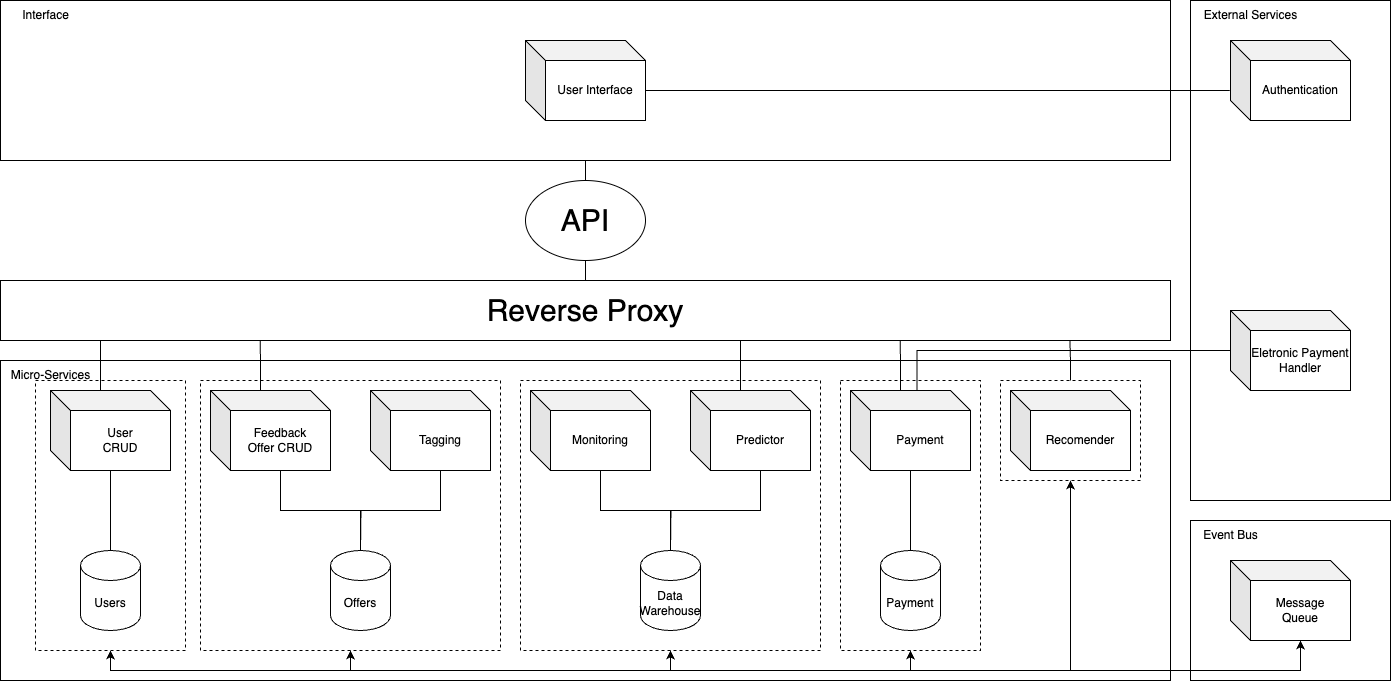
Earlier version of the draw.io export static/img/architecture.png (PI-Trailblazer/microsite). Source tidied: cells renumbered, new cells last; positions are measured from the earlier drawing's top-left corner, leaving out a move shared by most shapes.
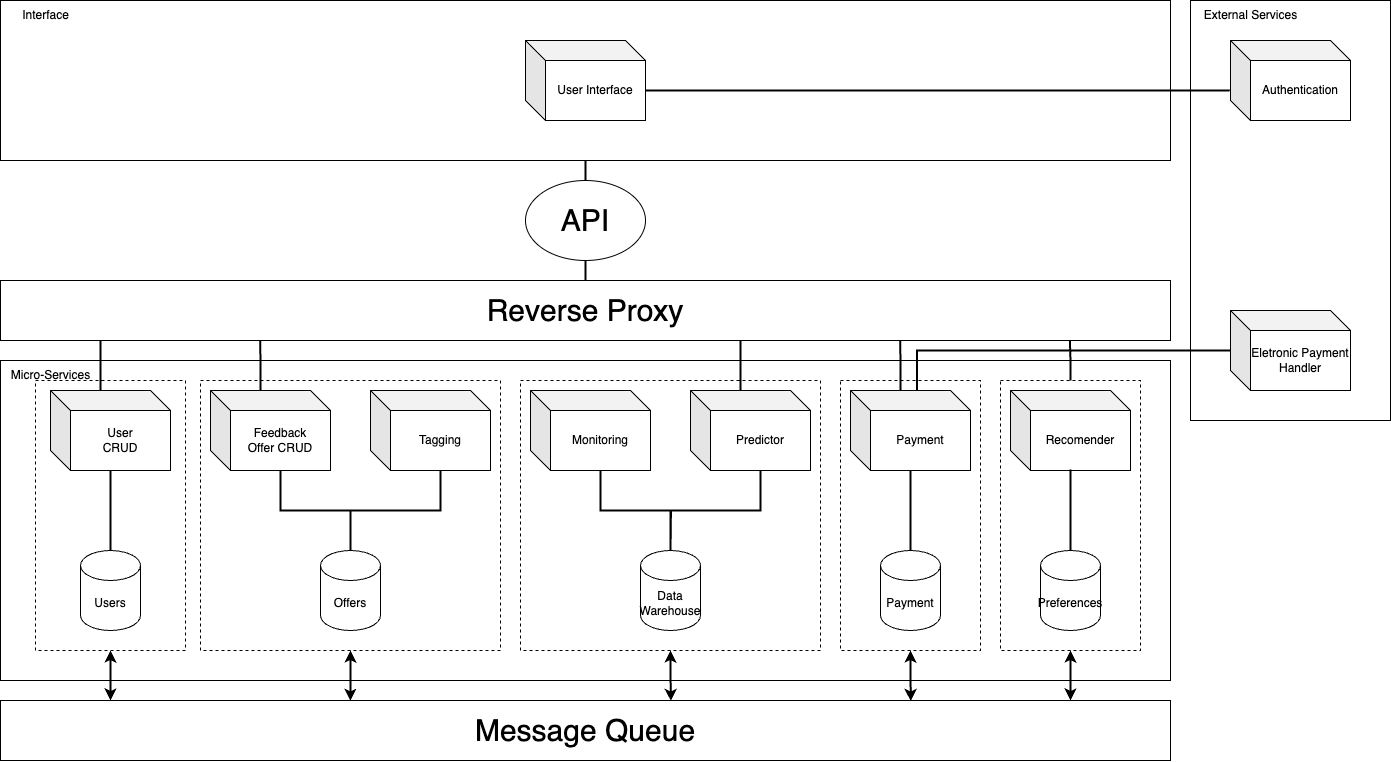
The same file after the commit.

What changed in the source:
```diff
@@ -9,7 +9,7 @@
       <mxGeometry x="35" y="380" width="150" height="270" as="geometry" />
     </mxCell>
     <mxCell id="4" style="rounded=0;whiteSpace=wrap;html=1;dashed=1;" parent="1" vertex="1">
-      <mxGeometry x="1000" y="380" width="140" height="100" as="geometry" />
+      <mxGeometry x="1000" y="380" width="140" height="270" as="geometry" />
     </mxCell>
     <mxCell id="5" style="rounded=0;whiteSpace=wrap;html=1;dashed=1;" parent="1" vertex="1">
       <mxGeometry x="840" y="380" width="140" height="270" as="geometry" />
@@ -20,16 +20,13 @@
     <mxCell id="7" style="rounded=0;whiteSpace=wrap;html=1;dashed=1;" parent="1" vertex="1">
       <mxGeometry x="200" y="380" width="300" height="270" as="geometry" />
     </mxCell>
-    <mxCell id="8" style="rounded=0;whiteSpace=wrap;html=1;" parent="1" vertex="1">
-      <mxGeometry x="1190" y="520" width="200" height="160" as="geometry" />
-    </mxCell>
     <mxCell id="9" style="rounded=0;whiteSpace=wrap;html=1;" parent="1" vertex="1">
-      <mxGeometry x="1190" width="200" height="500" as="geometry" />
+      <mxGeometry x="1190" width="200" height="420" as="geometry" />
     </mxCell>
     <mxCell id="10" style="rounded=0;whiteSpace=wrap;html=1;align=left;" parent="1" vertex="1">
       <mxGeometry width="1170" height="160" as="geometry" />
     </mxCell>
-    <mxCell id="11" style="edgeStyle=orthogonalEdgeStyle;rounded=0;jettySize=auto;html=1;exitX=0.5;exitY=0;exitDx=0;exitDy=0;exitPerimeter=0;endArrow=none;endFill=0;" parent="1" edge="1" source="12" target="17">
+    <mxCell id="11" style="edgeStyle=orthogonalEdgeStyle;rounded=0;jettySize=auto;html=1;exitX=0.5;exitY=0;exitDx=0;exitDy=0;exitPerimeter=0;endArrow=none;endFill=0;strokeWidth=2;" parent="1" edge="1" source="12" target="17">
       <mxGeometry relative="1" as="geometry" />
     </mxCell>
     <mxCell id="12" value="Users" style="shape=cylinder3;whiteSpace=wrap;html=1;boundedLbl=1;backgroundOutline=1;size=15;" parent="1" vertex="1">
@@ -38,7 +35,7 @@
     <mxCell id="13" value="Recomender" style="shape=cube;whiteSpace=wrap;html=1;boundedLbl=1;backgroundOutline=1;darkOpacity=0.05;darkOpacity2=0.1;" parent="1" vertex="1">
       <mxGeometry x="1010" y="390" width="120" height="80" as="geometry" />
     </mxCell>
-    <mxCell id="14" style="edgeStyle=orthogonalEdgeStyle;rounded=0;jettySize=auto;html=1;exitX=0;exitY=0;exitDx=70;exitDy=80;exitPerimeter=0;endArrow=none;endFill=0;" parent="1" edge="1" source="15">
+    <mxCell id="14" style="edgeStyle=orthogonalEdgeStyle;rounded=0;jettySize=auto;html=1;exitX=0;exitY=0;exitDx=70;exitDy=80;exitPerimeter=0;endArrow=none;endFill=0;strokeWidth=2;" parent="1" edge="1" source="15">
       <mxGeometry relative="1" as="geometry">
         <mxPoint x="670" y="550" as="targetPoint" />
       </mxGeometry>
@@ -55,15 +52,13 @@
     <mxCell id="18" value="Feedback&lt;br&gt;Offer CRUD" style="shape=cube;whiteSpace=wrap;html=1;boundedLbl=1;backgroundOutline=1;darkOpacity=0.05;darkOpacity2=0.1;" parent="1" vertex="1">
       <mxGeometry x="210" y="390" width="120" height="80" as="geometry" />
     </mxCell>
-    <mxCell id="19" style="edgeStyle=orthogonalEdgeStyle;rounded=0;jettySize=auto;html=1;exitX=0;exitY=0;exitDx=70;exitDy=80;exitPerimeter=0;endArrow=none;endFill=0;" parent="1" edge="1" source="20">
-      <mxGeometry relative="1" as="geometry">
-        <mxPoint x="360" y="550" as="targetPoint" />
-      </mxGeometry>
+    <mxCell id="19" style="edgeStyle=orthogonalEdgeStyle;rounded=0;jettySize=auto;html=1;exitX=0;exitY=0;exitDx=70;exitDy=80;exitPerimeter=0;endArrow=none;endFill=0;entryX=0.5;entryY=0;entryDx=0;entryDy=0;entryPerimeter=0;strokeWidth=2;" parent="1" edge="1" source="20" target="24">
+      <mxGeometry relative="1" as="geometry" />
     </mxCell>
     <mxCell id="20" value="Tagging" style="shape=cube;whiteSpace=wrap;html=1;boundedLbl=1;backgroundOutline=1;darkOpacity=0.05;darkOpacity2=0.1;" parent="1" vertex="1">
       <mxGeometry x="370" y="390" width="120" height="80" as="geometry" />
     </mxCell>
-    <mxCell id="21" style="edgeStyle=orthogonalEdgeStyle;rounded=0;jettySize=auto;html=1;exitX=0.5;exitY=0;exitDx=0;exitDy=0;entryX=0.5;entryY=1;entryDx=0;entryDy=0;endArrow=none;endFill=0;" parent="1" edge="1" source="22" target="10">
+    <mxCell id="21" style="edgeStyle=orthogonalEdgeStyle;rounded=0;jettySize=auto;html=1;exitX=0.5;exitY=0;exitDx=0;exitDy=0;entryX=0.5;entryY=1;entryDx=0;entryDy=0;endArrow=none;endFill=0;strokeWidth=2;" parent="1" edge="1" source="22" target="10">
       <mxGeometry relative="1" as="geometry" />
     </mxCell>
     <mxCell id="22" value="&lt;font style=&quot;font-size: 30px;&quot;&gt;API&lt;/font&gt;" style="ellipse;whiteSpace=wrap;html=1;" parent="1" vertex="1">
@@ -73,7 +68,7 @@
       <mxGeometry x="525" y="40" width="120" height="80" as="geometry" />
     </mxCell>
     <mxCell id="24" value="Offers" style="shape=cylinder3;whiteSpace=wrap;html=1;boundedLbl=1;backgroundOutline=1;size=15;" parent="1" vertex="1">
-      <mxGeometry x="330" y="550" width="60" height="80" as="geometry" />
+      <mxGeometry x="320" y="550" width="60" height="80" as="geometry" />
     </mxCell>
     <mxCell id="25" value="Payment" style="shape=cylinder3;whiteSpace=wrap;html=1;boundedLbl=1;backgroundOutline=1;size=15;" parent="1" vertex="1">
       <mxGeometry x="880" y="550" width="60" height="80" as="geometry" />
@@ -90,53 +85,7 @@
     <mxCell id="29" value="Eletronic Payment Handler" style="shape=cube;whiteSpace=wrap;html=1;boundedLbl=1;backgroundOutline=1;darkOpacity=0.05;darkOpacity2=0.1;" parent="1" vertex="1">
       <mxGeometry x="1230" y="310" width="120" height="80" as="geometry" />
     </mxCell>
-    <mxCell id="30" style="edgeStyle=orthogonalEdgeStyle;rounded=0;jettySize=auto;html=1;exitX=0;exitY=0;exitDx=70;exitDy=80;exitPerimeter=0;entryX=0.5;entryY=1;entryDx=0;entryDy=0;endArrow=classic;endFill=1;startArrow=classic;startFill=1;" parent="1" edge="1" source="35" target="4">
-      <mxGeometry relative="1" as="geometry">
-        <Array as="points">
-          <mxPoint x="1300" y="670" />
-          <mxPoint x="1070" y="670" />
-        </Array>
-      </mxGeometry>
-    </mxCell>
-    <mxCell id="31" style="edgeStyle=orthogonalEdgeStyle;rounded=0;jettySize=auto;html=1;exitX=0;exitY=0;exitDx=70;exitDy=80;exitPerimeter=0;entryX=0.5;entryY=1;entryDx=0;entryDy=0;" parent="1" edge="1" source="35" target="5">
-      <mxGeometry relative="1" as="geometry">
-        <Array as="points">
-          <mxPoint x="1300" y="670" />
-          <mxPoint x="910" y="670" />
-        </Array>
-      </mxGeometry>
-    </mxCell>
-    <mxCell id="32" style="edgeStyle=orthogonalEdgeStyle;rounded=0;jettySize=auto;html=1;exitX=0;exitY=0;exitDx=70;exitDy=80;exitPerimeter=0;entryX=0.5;entryY=1;entryDx=0;entryDy=0;" parent="1" edge="1" source="35" target="6">
-      <mxGeometry relative="1" as="geometry">
-        <Array as="points">
-          <mxPoint x="1300" y="670" />
-          <mxPoint x="670" y="670" />
-        </Array>
-      </mxGeometry>
-    </mxCell>
-    <mxCell id="33" style="edgeStyle=orthogonalEdgeStyle;rounded=0;jettySize=auto;html=1;exitX=0;exitY=0;exitDx=70;exitDy=80;exitPerimeter=0;entryX=0.5;entryY=1;entryDx=0;entryDy=0;" parent="1" edge="1" source="35" target="7">
-      <mxGeometry relative="1" as="geometry">
-        <Array as="points">
-          <mxPoint x="1300" y="670" />
-          <mxPoint x="350" y="670" />
-        </Array>
-      </mxGeometry>
-    </mxCell>
-    <mxCell id="34" style="edgeStyle=orthogonalEdgeStyle;rounded=0;jettySize=auto;html=1;exitX=0;exitY=0;exitDx=70;exitDy=80;exitPerimeter=0;entryX=0.5;entryY=1;entryDx=0;entryDy=0;" parent="1" edge="1" source="35" target="3">
-      <mxGeometry relative="1" as="geometry">
-        <Array as="points">
-          <mxPoint x="1300" y="670" />
-          <mxPoint x="110" y="670" />
-        </Array>
-      </mxGeometry>
-    </mxCell>
-    <mxCell id="35" value="Message&lt;br&gt;Queue" style="shape=cube;whiteSpace=wrap;html=1;boundedLbl=1;backgroundOutline=1;darkOpacity=0.05;darkOpacity2=0.1;" parent="1" vertex="1">
-      <mxGeometry x="1230" y="560" width="120" height="80" as="geometry" />
-    </mxCell>
-    <mxCell id="36" value="Event Bus" style="text;html=1;align=center;verticalAlign=middle;strokeColor=none;fillColor=none;" parent="1" vertex="1">
-      <mxGeometry x="1190" y="520" width="80" height="30" as="geometry" />
-    </mxCell>
-    <mxCell id="37" style="edgeStyle=orthogonalEdgeStyle;rounded=0;jettySize=auto;html=1;exitX=0.5;exitY=0;exitDx=0;exitDy=0;entryX=0.5;entryY=1;entryDx=0;entryDy=0;endArrow=none;endFill=0;" parent="1" edge="1" source="38" target="22">
+    <mxCell id="37" style="edgeStyle=orthogonalEdgeStyle;rounded=0;jettySize=auto;html=1;exitX=0.5;exitY=0;exitDx=0;exitDy=0;entryX=0.5;entryY=1;entryDx=0;entryDy=0;endArrow=none;endFill=0;strokeWidth=2;" parent="1" edge="1" source="38" target="22">
       <mxGeometry relative="1" as="geometry" />
     </mxCell>
     <mxCell id="38" value="&lt;font style=&quot;font-size: 30px;&quot;&gt;Reverse Proxy&lt;/font&gt;" style="rounded=0;whiteSpace=wrap;html=1;align=center;" parent="1" vertex="1">
@@ -145,50 +94,79 @@
     <mxCell id="39" value="Data&lt;br&gt;Warehouse" style="shape=cylinder3;whiteSpace=wrap;html=1;boundedLbl=1;backgroundOutline=1;size=15;" parent="1" vertex="1">
       <mxGeometry x="640" y="550" width="60" height="80" as="geometry" />
     </mxCell>
-    <mxCell id="40" style="edgeStyle=orthogonalEdgeStyle;rounded=0;jettySize=auto;html=1;exitX=0;exitY=0;exitDx=120;exitDy=50;exitPerimeter=0;entryX=-0.006;entryY=0.625;entryDx=0;entryDy=0;entryPerimeter=0;endArrow=none;endFill=0;" parent="1" edge="1" source="23" target="16">
+    <mxCell id="40" style="edgeStyle=orthogonalEdgeStyle;rounded=0;jettySize=auto;html=1;exitX=0;exitY=0;exitDx=120;exitDy=50;exitPerimeter=0;entryX=-0.006;entryY=0.625;entryDx=0;entryDy=0;entryPerimeter=0;endArrow=none;endFill=0;strokeWidth=2;" parent="1" edge="1" source="23" target="16">
       <mxGeometry relative="1" as="geometry" />
     </mxCell>
     <mxCell id="41" value="Payment" style="shape=cube;whiteSpace=wrap;html=1;boundedLbl=1;backgroundOutline=1;darkOpacity=0.05;darkOpacity2=0.1;" parent="1" vertex="1">
       <mxGeometry x="850" y="390" width="120" height="80" as="geometry" />
     </mxCell>
-    <mxCell id="42" style="edgeStyle=orthogonalEdgeStyle;rounded=0;jettySize=auto;html=1;exitX=0.5;exitY=0;exitDx=0;exitDy=0;exitPerimeter=0;entryX=0.5;entryY=1;entryDx=0;entryDy=0;entryPerimeter=0;endArrow=none;endFill=0;" parent="1" edge="1" source="25" target="41">
+    <mxCell id="42" style="edgeStyle=orthogonalEdgeStyle;rounded=0;jettySize=auto;html=1;exitX=0.5;exitY=0;exitDx=0;exitDy=0;exitPerimeter=0;entryX=0.5;entryY=1;entryDx=0;entryDy=0;entryPerimeter=0;endArrow=none;endFill=0;strokeWidth=2;" parent="1" edge="1" source="25" target="41">
       <mxGeometry relative="1" as="geometry" />
     </mxCell>
-    <mxCell id="43" style="edgeStyle=orthogonalEdgeStyle;rounded=0;jettySize=auto;html=1;exitX=0;exitY=0;exitDx=0;exitDy=30;exitPerimeter=0;entryX=0.555;entryY=0.001;entryDx=0;entryDy=0;entryPerimeter=0;endArrow=none;endFill=0;" parent="1" edge="1" source="29" target="41">
+    <mxCell id="43" style="edgeStyle=orthogonalEdgeStyle;rounded=0;jettySize=auto;html=1;entryX=0.555;entryY=0.001;entryDx=0;entryDy=0;entryPerimeter=0;endArrow=none;endFill=0;strokeWidth=2;" parent="1" edge="1" target="41">
       <mxGeometry relative="1" as="geometry">
+        <mxPoint x="1230" y="350" as="sourcePoint" />
         <Array as="points">
-          <mxPoint x="1080" y="350" />
-          <mxPoint x="757" y="350" />
+          <mxPoint x="1230" y="350" />
+          <mxPoint x="917" y="350" />
         </Array>
       </mxGeometry>
     </mxCell>
     <mxCell id="44" value="Predictor" style="shape=cube;whiteSpace=wrap;html=1;boundedLbl=1;backgroundOutline=1;darkOpacity=0.05;darkOpacity2=0.1;" parent="1" vertex="1">
       <mxGeometry x="690" y="390" width="120" height="80" as="geometry" />
     </mxCell>
-    <mxCell id="45" style="edgeStyle=orthogonalEdgeStyle;rounded=0;jettySize=auto;html=1;exitX=0;exitY=0;exitDx=50;exitDy=0;exitPerimeter=0;endArrow=none;endFill=0;" parent="1" edge="1" source="17">
+    <mxCell id="45" style="edgeStyle=orthogonalEdgeStyle;rounded=0;jettySize=auto;html=1;exitX=0;exitY=0;exitDx=50;exitDy=0;exitPerimeter=0;endArrow=none;endFill=0;strokeWidth=2;" parent="1" edge="1" source="17">
       <mxGeometry relative="1" as="geometry">
         <mxPoint x="100" y="340" as="targetPoint" />
       </mxGeometry>
     </mxCell>
-    <mxCell id="46" style="edgeStyle=orthogonalEdgeStyle;rounded=0;jettySize=auto;html=1;exitX=0;exitY=0;exitDx=50;exitDy=0;exitPerimeter=0;entryX=0.222;entryY=1.008;entryDx=0;entryDy=0;entryPerimeter=0;endArrow=none;endFill=0;" parent="1" edge="1" source="18" target="38">
+    <mxCell id="46" style="edgeStyle=orthogonalEdgeStyle;rounded=0;jettySize=auto;html=1;exitX=0;exitY=0;exitDx=50;exitDy=0;exitPerimeter=0;entryX=0.222;entryY=1.008;entryDx=0;entryDy=0;entryPerimeter=0;endArrow=none;endFill=0;strokeWidth=2;" parent="1" edge="1" source="18" target="38">
       <mxGeometry relative="1" as="geometry" />
     </mxCell>
-    <mxCell id="47" style="edgeStyle=orthogonalEdgeStyle;rounded=0;jettySize=auto;html=1;exitX=0;exitY=0;exitDx=50;exitDy=0;exitPerimeter=0;endArrow=none;endFill=0;" parent="1" edge="1" source="44">
+    <mxCell id="47" style="edgeStyle=orthogonalEdgeStyle;rounded=0;jettySize=auto;html=1;exitX=0;exitY=0;exitDx=50;exitDy=0;exitPerimeter=0;endArrow=none;endFill=0;strokeWidth=2;" parent="1" edge="1" source="44">
       <mxGeometry relative="1" as="geometry">
         <mxPoint x="740" y="340" as="targetPoint" />
       </mxGeometry>
     </mxCell>
-    <mxCell id="48" style="edgeStyle=orthogonalEdgeStyle;rounded=0;jettySize=auto;html=1;exitX=0;exitY=0;exitDx=50;exitDy=0;exitPerimeter=0;endArrow=none;endFill=0;entryX=0.769;entryY=1.004;entryDx=0;entryDy=0;entryPerimeter=0;" parent="1" edge="1" source="41" target="38">
+    <mxCell id="48" style="edgeStyle=orthogonalEdgeStyle;rounded=0;jettySize=auto;html=1;exitX=0;exitY=0;exitDx=50;exitDy=0;exitPerimeter=0;endArrow=none;endFill=0;entryX=0.769;entryY=1.004;entryDx=0;entryDy=0;entryPerimeter=0;strokeWidth=2;" parent="1" edge="1" source="41" target="38">
       <mxGeometry relative="1" as="geometry" />
     </mxCell>
-    <mxCell id="49" style="edgeStyle=orthogonalEdgeStyle;rounded=0;jettySize=auto;html=1;exitX=0.5;exitY=0;exitDx=0;exitDy=0;entryX=0.914;entryY=0.994;entryDx=0;entryDy=0;entryPerimeter=0;endArrow=none;endFill=0;" parent="1" edge="1" source="4" target="38">
+    <mxCell id="49" style="edgeStyle=orthogonalEdgeStyle;rounded=0;jettySize=auto;html=1;exitX=0.5;exitY=0;exitDx=0;exitDy=0;entryX=0.914;entryY=0.994;entryDx=0;entryDy=0;entryPerimeter=0;endArrow=none;endFill=0;strokeWidth=2;" parent="1" edge="1" source="4" target="38">
       <mxGeometry relative="1" as="geometry" />
     </mxCell>
-    <mxCell id="50" style="edgeStyle=orthogonalEdgeStyle;rounded=0;jettySize=auto;html=1;exitX=0;exitY=0;exitDx=70;exitDy=80;exitPerimeter=0;entryX=0.5;entryY=0;entryDx=0;entryDy=0;entryPerimeter=0;endArrow=none;endFill=0;" parent="1" edge="1" source="44" target="39">
+    <mxCell id="50" style="edgeStyle=orthogonalEdgeStyle;rounded=0;jettySize=auto;html=1;exitX=0;exitY=0;exitDx=70;exitDy=80;exitPerimeter=0;entryX=0.5;entryY=0;entryDx=0;entryDy=0;entryPerimeter=0;endArrow=none;endFill=0;strokeWidth=2;" parent="1" edge="1" source="44" target="39">
       <mxGeometry relative="1" as="geometry" />
     </mxCell>
-    <mxCell id="51" style="edgeStyle=orthogonalEdgeStyle;rounded=0;jettySize=auto;html=1;exitX=0;exitY=0;exitDx=70;exitDy=80;exitPerimeter=0;entryX=0.5;entryY=0;entryDx=0;entryDy=0;entryPerimeter=0;endArrow=none;endFill=0;" parent="1" edge="1" source="18" target="24">
+    <mxCell id="51" style="edgeStyle=orthogonalEdgeStyle;rounded=0;jettySize=auto;html=1;exitX=0;exitY=0;exitDx=70;exitDy=80;exitPerimeter=0;entryX=0.5;entryY=0;entryDx=0;entryDy=0;entryPerimeter=0;endArrow=none;endFill=0;strokeWidth=2;" parent="1" edge="1" source="18" target="24">
       <mxGeometry relative="1" as="geometry" />
     </mxCell>
+    <mxCell id="35" value="&lt;font style=&quot;font-size: 30px;&quot;&gt;Message&amp;nbsp;&lt;span style=&quot;background-color: initial;&quot;&gt;Queue&lt;/span&gt;&lt;/font&gt;" style="rounded=0;whiteSpace=wrap;html=1;align=center;" parent="1" vertex="1">
+      <mxGeometry y="700" width="1170" height="60" as="geometry" />
+    </mxCell>
+    <mxCell id="52" style="edgeStyle=orthogonalEdgeStyle;rounded=0;jettySize=auto;html=1;exitX=0.5;exitY=1;exitDx=0;exitDy=0;entryX=0.299;entryY=0.007;entryDx=0;entryDy=0;entryPerimeter=0;startArrow=classic;startFill=1;strokeWidth=2;" parent="1" edge="1" source="7" target="35">
+      <mxGeometry relative="1" as="geometry" />
+    </mxCell>
+    <mxCell id="53" style="edgeStyle=orthogonalEdgeStyle;rounded=0;jettySize=auto;html=1;exitX=0.5;exitY=1;exitDx=0;exitDy=0;startArrow=classic;startFill=1;strokeWidth=2;" parent="1" edge="1" source="3">
+      <mxGeometry relative="1" as="geometry">
+        <mxPoint x="110" y="700" as="targetPoint" />
+      </mxGeometry>
+    </mxCell>
+    <mxCell id="54" style="edgeStyle=orthogonalEdgeStyle;rounded=0;jettySize=auto;html=1;exitX=0.5;exitY=1;exitDx=0;exitDy=0;entryX=0.573;entryY=0.009;entryDx=0;entryDy=0;entryPerimeter=0;startArrow=classic;startFill=1;strokeWidth=2;" parent="1" edge="1" source="6" target="35">
+      <mxGeometry relative="1" as="geometry" />
+    </mxCell>
+    <mxCell id="55" style="edgeStyle=orthogonalEdgeStyle;rounded=0;jettySize=auto;html=1;exitX=0.5;exitY=1;exitDx=0;exitDy=0;entryX=0.778;entryY=0.009;entryDx=0;entryDy=0;entryPerimeter=0;startArrow=classic;startFill=1;strokeWidth=2;" parent="1" edge="1" source="5" target="35">
+      <mxGeometry relative="1" as="geometry" />
+    </mxCell>
+    <mxCell id="56" style="edgeStyle=orthogonalEdgeStyle;rounded=0;jettySize=auto;html=1;exitX=0.5;exitY=1;exitDx=0;exitDy=0;startArrow=classic;startFill=1;strokeWidth=2;" parent="1" edge="1" source="4">
+      <mxGeometry relative="1" as="geometry">
+        <mxPoint x="1070" y="700" as="targetPoint" />
+      </mxGeometry>
+    </mxCell>
+    <mxCell id="57" value="Preferences" style="shape=cylinder3;whiteSpace=wrap;html=1;boundedLbl=1;backgroundOutline=1;size=15;" parent="1" vertex="1">
+      <mxGeometry x="1040" y="550" width="60" height="80" as="geometry" />
+    </mxCell>
+    <mxCell id="58" style="edgeStyle=orthogonalEdgeStyle;rounded=0;jettySize=auto;html=1;exitX=0.5;exitY=0;exitDx=0;exitDy=0;exitPerimeter=0;entryX=0.5;entryY=0.988;entryDx=0;entryDy=0;entryPerimeter=0;strokeWidth=2;endArrow=none;endFill=0;" parent="1" edge="1" source="57" target="13">
+      <mxGeometry relative="1" as="geometry" />
+    </mxCell>
   </root>
 </mxGraphModel>
```
